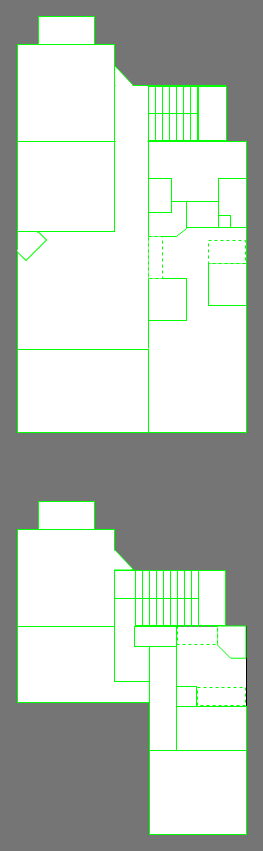
Above: KWD Home Assistant Floorplan.drawio in GaTechThomas/drawio (draw.io), before the change. Source tidied: cells renumbered, new cells numbered last; positions are measured from the earlier drawing's top-left corner, leaving out a move shared by most shapes. Both pictures are drawn from the tidied source at 100%, with x=0, y=0 at pixel (15, 16).
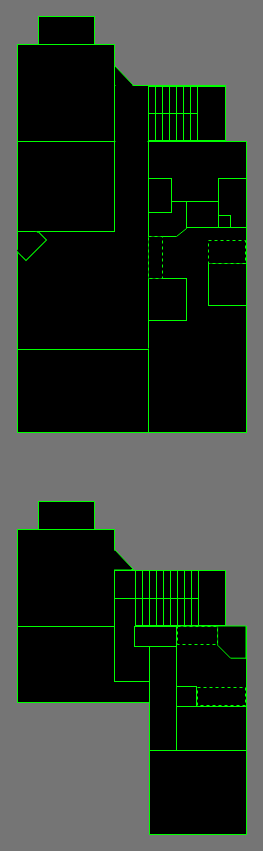
Above is the later version.

Commit message:
Update KWD Home Assistant Floorplan.drawio - set background black.

Change to the diagram source:
```diff
@@
-    <mxCell id="2" style="rounded=0;whiteSpace=wrap;html=1;fillColor=#ffffff;strokeColor=#00FF00;" parent="1" vertex="1">
+    <mxCell id="2" style="rounded=0;whiteSpace=wrap;html=1;strokeColor=#00FF00;fillColor=#000000;" parent="1" vertex="1">
       <mxGeometry x="2" y="583" width="132" height="103" as="geometry" />
     </mxCell>
-    <mxCell id="3" style="rounded=0;whiteSpace=wrap;html=1;fillColor=#ffffff;strokeColor=#00FF00;" parent="1" vertex="1">
+    <mxCell id="3" style="rounded=0;whiteSpace=wrap;html=1;strokeColor=#00FF00;fillColor=#000000;" parent="1" vertex="1">
       <mxGeometry x="99" y="582" width="35" height="83" as="geometry" />
     </mxCell>
-    <mxCell id="4" style="rounded=0;whiteSpace=wrap;html=1;fillColor=#ffffff;" parent="1" vertex="1">
+    <mxCell id="4" style="rounded=0;whiteSpace=wrap;html=1;fillColor=#000000;strokeColor=#00FF00;" parent="1" vertex="1">
       <mxGeometry x="161" y="610" width="70" height="80" as="geometry" />
     </mxCell>
-    <mxCell id="5" style="rounded=0;whiteSpace=wrap;html=1;strokeColor=#00FF00;" parent="1" vertex="1">
+    <mxCell id="5" style="rounded=0;whiteSpace=wrap;html=1;strokeColor=#00FF00;fillColor=#000000;" parent="1" vertex="1">
       <mxGeometry x="2" y="125" width="229" height="291" as="geometry" />
     </mxCell>
@@
-    <mxCell id="7" style="rounded=0;whiteSpace=wrap;html=1;strokeColor=#00FF00;" parent="1" vertex="1">
+    <mxCell id="7" style="rounded=0;whiteSpace=wrap;html=1;strokeColor=#00FF00;fillColor=#000000;" parent="1" vertex="1">
       <mxGeometry x="133" y="125" width="98" height="60" as="geometry" />
     </mxCell>
-    <mxCell id="8" style="rounded=0;whiteSpace=wrap;html=1;strokeColor=#00FF00;" parent="1" vertex="1">
+    <mxCell id="8" style="rounded=0;whiteSpace=wrap;html=1;strokeColor=#00FF00;fillColor=#000000;" parent="1" vertex="1">
       <mxGeometry x="133" y="162" width="23" height="34" as="geometry" />
     </mxCell>
@@
-    <mxCell id="10" style="rounded=0;whiteSpace=wrap;html=1;strokeColor=#00FF00;" parent="1" vertex="1">
+    <mxCell id="10" style="rounded=0;whiteSpace=wrap;html=1;strokeColor=#00FF00;fillColor=#000000;" parent="1" vertex="1">
       <mxGeometry x="193" y="247" width="38" height="42" as="geometry" />
     </mxCell>
-    <mxCell id="11" style="rounded=0;whiteSpace=wrap;html=1;strokeColor=#00FF00;" parent="1" vertex="1">
+    <mxCell id="11" style="rounded=0;whiteSpace=wrap;html=1;strokeColor=#00FF00;fillColor=#000000;" parent="1" vertex="1">
       <mxGeometry x="133" y="262" width="38" height="42" as="geometry" />
     </mxCell>
-    <mxCell id="12" style="rounded=0;whiteSpace=wrap;html=1;strokeColor=#00FF00;" parent="1" vertex="1">
+    <mxCell id="12" style="rounded=0;whiteSpace=wrap;html=1;strokeColor=#00FF00;fillColor=#000000;" parent="1" vertex="1">
       <mxGeometry x="203" y="162" width="28" height="49" as="geometry" />
     </mxCell>
-    <mxCell id="13" style="rounded=0;whiteSpace=wrap;html=1;strokeColor=#00FF00;" parent="1" vertex="1">
+    <mxCell id="13" style="rounded=0;whiteSpace=wrap;html=1;strokeColor=#00FF00;fillColor=#000000;" parent="1" vertex="1">
       <mxGeometry x="171" y="185" width="32" height="26" as="geometry" />
     </mxCell>
-    <mxCell id="14" style="rounded=0;whiteSpace=wrap;html=1;dashed=1;strokeColor=#00FF00;" parent="1" vertex="1">
+    <mxCell id="14" style="rounded=0;whiteSpace=wrap;html=1;dashed=1;strokeColor=#00FF00;fillColor=#000000;" parent="1" vertex="1">
       <mxGeometry x="133" y="220" width="14" height="42" as="geometry" />
     </mxCell>
-    <mxCell id="15" style="rounded=0;whiteSpace=wrap;html=1;dashed=1;strokeColor=#00FF00;" parent="1" vertex="1">
+    <mxCell id="15" style="rounded=0;whiteSpace=wrap;html=1;dashed=1;strokeColor=#00FF00;fillColor=#000000;" parent="1" vertex="1">
       <mxGeometry x="193" y="224" width="37" height="23" as="geometry" />
     </mxCell>
-    <mxCell id="16" style="rounded=0;whiteSpace=wrap;html=1;strokeColor=#00FF00;" parent="1" vertex="1">
+    <mxCell id="16" style="rounded=0;whiteSpace=wrap;html=1;strokeColor=#00FF00;fillColor=#000000;" parent="1" vertex="1">
       <mxGeometry x="2" y="125" width="97" height="90" as="geometry" />
     </mxCell>
-    <mxCell id="17" style="rounded=0;whiteSpace=wrap;html=1;rotation=-45;strokeColor=#00FF00;" parent="1" vertex="1">
+    <mxCell id="17" style="rounded=0;whiteSpace=wrap;html=1;rotation=-45;strokeColor=#00FF00;fillColor=#000000;" parent="1" vertex="1">
       <mxGeometry x="2" y="223.5" width="29" height="12" as="geometry" />
     </mxCell>
-    <mxCell id="18" style="rounded=0;whiteSpace=wrap;html=1;strokeColor=#00FF00;" parent="1" vertex="1">
+    <mxCell id="18" style="rounded=0;whiteSpace=wrap;html=1;strokeColor=#00FF00;fillColor=#000000;" parent="1" vertex="1">
       <mxGeometry x="2" y="333" width="131" height="83" as="geometry" />
     </mxCell>
-    <mxCell id="19" style="rounded=0;whiteSpace=wrap;html=1;strokeColor=#00FF00;" parent="1" vertex="1">
+    <mxCell id="19" style="rounded=0;whiteSpace=wrap;html=1;strokeColor=#00FF00;fillColor=#000000;" parent="1" vertex="1">
       <mxGeometry x="203" y="199" width="12" height="12" as="geometry" />
     </mxCell>
-    <mxCell id="20" style="rounded=0;whiteSpace=wrap;html=1;strokeColor=#00FF00;" parent="1" vertex="1">
+    <mxCell id="20" style="rounded=0;whiteSpace=wrap;html=1;strokeColor=#00FF00;fillColor=#000000;" parent="1" vertex="1">
       <mxGeometry x="2" y="28" width="97" height="97" as="geometry" />
     </mxCell>
-    <mxCell id="21" style="rounded=0;whiteSpace=wrap;html=1;strokeColor=#00FF00;" parent="1" vertex="1">
+    <mxCell id="21" style="rounded=0;whiteSpace=wrap;html=1;strokeColor=#00FF00;fillColor=#000000;" parent="1" vertex="1">
       <mxGeometry x="99" y="69" width="111" height="56" as="geometry" />
     </mxCell>
-    <mxCell id="22" style="rounded=0;whiteSpace=wrap;html=1;strokeColor=#00FF00;" parent="1" vertex="1">
+    <mxCell id="22" style="rounded=0;whiteSpace=wrap;html=1;strokeColor=#00FF00;fillColor=#000000;" parent="1" vertex="1">
       <mxGeometry x="23" width="56" height="28" as="geometry" />
     </mxCell>
-    <mxCell id="23" style="rounded=0;whiteSpace=wrap;html=1;strokeColor=#00FF00;" parent="1" vertex="1">
+    <mxCell id="23" style="rounded=0;whiteSpace=wrap;html=1;strokeColor=#00FF00;fillColor=#000000;" parent="1" vertex="1">
       <mxGeometry x="23" y="485" width="56" height="28" as="geometry" />
     </mxCell>
-    <mxCell id="24" style="rounded=0;whiteSpace=wrap;html=1;strokeColor=#00FF00;" parent="1" vertex="1">
+    <mxCell id="24" style="rounded=0;whiteSpace=wrap;html=1;strokeColor=#00FF00;fillColor=#000000;" parent="1" vertex="1">
       <mxGeometry x="2" y="513" width="97" height="97" as="geometry" />
     </mxCell>
-    <mxCell id="25" style="verticalLabelPosition=bottom;verticalAlign=top;html=1;shape=mxgraph.basic.orthogonal_triangle;strokeColor=#00FF00;" parent="1" vertex="1">
+    <mxCell id="25" style="verticalLabelPosition=bottom;verticalAlign=top;html=1;shape=mxgraph.basic.orthogonal_triangle;strokeColor=#00FF00;fillColor=#000000;" parent="1" vertex="1">
       <mxGeometry x="99" y="533" width="19" height="20" as="geometry" />
     </mxCell>
-    <mxCell id="26" style="verticalLabelPosition=bottom;verticalAlign=top;html=1;shape=mxgraph.basic.orthogonal_triangle;strokeColor=none;" parent="1" vertex="1">
+    <mxCell id="26" style="verticalLabelPosition=bottom;verticalAlign=top;html=1;shape=mxgraph.basic.orthogonal_triangle;strokeColor=none;fillColor=#000000;" parent="1" vertex="1">
       <mxGeometry x="98" y="533" width="18" height="20" as="geometry" />
     </mxCell>
-    <mxCell id="27" style="rounded=0;whiteSpace=wrap;html=1;strokeColor=#00FF00;" parent="1" vertex="1">
+    <mxCell id="27" style="rounded=0;whiteSpace=wrap;html=1;strokeColor=#00FF00;fillColor=#000000;" parent="1" vertex="1">
       <mxGeometry x="99" y="554" width="21" height="28" as="geometry" />
     </mxCell>
-    <mxCell id="28" style="rounded=0;whiteSpace=wrap;html=1;strokeColor=#00FF00;" parent="1" vertex="1">
+    <mxCell id="28" style="rounded=0;whiteSpace=wrap;html=1;strokeColor=#00FF00;fillColor=#000000;" parent="1" vertex="1">
       <mxGeometry x="120" y="581" width="7" height="28" as="geometry" />
     </mxCell>
-    <mxCell id="29" style="rounded=0;whiteSpace=wrap;html=1;strokeColor=#00FF00;" parent="1" vertex="1">
+    <mxCell id="29" style="rounded=0;whiteSpace=wrap;html=1;strokeColor=#00FF00;fillColor=#000000;" parent="1" vertex="1">
       <mxGeometry x="127" y="581" width="7" height="28" as="geometry" />
     </mxCell>
-    <mxCell id="30" style="rounded=0;whiteSpace=wrap;html=1;strokeColor=#00FF00;" parent="1" vertex="1">
+    <mxCell id="30" style="rounded=0;whiteSpace=wrap;html=1;strokeColor=#00FF00;fillColor=#000000;" parent="1" vertex="1">
       <mxGeometry x="134" y="581" width="7" height="28" as="geometry" />
     </mxCell>
-    <mxCell id="31" style="rounded=0;whiteSpace=wrap;html=1;strokeColor=#00FF00;" parent="1" vertex="1">
+    <mxCell id="31" style="rounded=0;whiteSpace=wrap;html=1;strokeColor=#00FF00;fillColor=#000000;" parent="1" vertex="1">
       <mxGeometry x="141" y="581" width="7" height="28" as="geometry" />
     </mxCell>
-    <mxCell id="32" style="rounded=0;whiteSpace=wrap;html=1;strokeColor=#00FF00;" parent="1" vertex="1">
+    <mxCell id="32" style="rounded=0;whiteSpace=wrap;html=1;strokeColor=#00FF00;fillColor=#000000;" parent="1" vertex="1">
       <mxGeometry x="148" y="581" width="7" height="28" as="geometry" />
     </mxCell>
-    <mxCell id="33" style="rounded=0;whiteSpace=wrap;html=1;strokeColor=#00FF00;" parent="1" vertex="1">
+    <mxCell id="33" style="rounded=0;whiteSpace=wrap;html=1;strokeColor=#00FF00;fillColor=#000000;" parent="1" vertex="1">
       <mxGeometry x="155" y="581" width="7" height="28" as="geometry" />
     </mxCell>
-    <mxCell id="34" style="rounded=0;whiteSpace=wrap;html=1;strokeColor=#00FF00;" parent="1" vertex="1">
+    <mxCell id="34" style="rounded=0;whiteSpace=wrap;html=1;strokeColor=#00FF00;fillColor=#000000;" parent="1" vertex="1">
       <mxGeometry x="162" y="581" width="7" height="28" as="geometry" />
     </mxCell>
-    <mxCell id="35" style="rounded=0;whiteSpace=wrap;html=1;strokeColor=#00FF00;" parent="1" vertex="1">
+    <mxCell id="35" style="rounded=0;whiteSpace=wrap;html=1;strokeColor=#00FF00;fillColor=#000000;" parent="1" vertex="1">
       <mxGeometry x="169" y="581" width="7" height="28" as="geometry" />
     </mxCell>
-    <mxCell id="36" style="rounded=0;whiteSpace=wrap;html=1;strokeColor=#00FF00;" parent="1" vertex="1">
+    <mxCell id="36" style="rounded=0;whiteSpace=wrap;html=1;strokeColor=#00FF00;fillColor=#000000;" parent="1" vertex="1">
       <mxGeometry x="176" y="581" width="7" height="28" as="geometry" />
     </mxCell>
-    <mxCell id="37" style="rounded=0;whiteSpace=wrap;html=1;strokeColor=#00FF00;" parent="1" vertex="1">
+    <mxCell id="37" style="rounded=0;whiteSpace=wrap;html=1;strokeColor=#00FF00;fillColor=#000000;" parent="1" vertex="1">
       <mxGeometry x="120" y="554" width="7" height="28" as="geometry" />
     </mxCell>
-    <mxCell id="38" style="rounded=0;whiteSpace=wrap;html=1;strokeColor=#00FF00;" parent="1" vertex="1">
+    <mxCell id="38" style="rounded=0;whiteSpace=wrap;html=1;strokeColor=#00FF00;fillColor=#000000;" parent="1" vertex="1">
       <mxGeometry x="127" y="554" width="7" height="28" as="geometry" />
     </mxCell>
-    <mxCell id="39" style="rounded=0;whiteSpace=wrap;html=1;strokeColor=#00FF00;" parent="1" vertex="1">
+    <mxCell id="39" style="rounded=0;whiteSpace=wrap;html=1;strokeColor=#00FF00;fillColor=#000000;" parent="1" vertex="1">
       <mxGeometry x="134" y="554" width="7" height="28" as="geometry" />
     </mxCell>
-    <mxCell id="40" style="rounded=0;whiteSpace=wrap;html=1;strokeColor=#00FF00;" parent="1" vertex="1">
+    <mxCell id="40" style="rounded=0;whiteSpace=wrap;html=1;strokeColor=#00FF00;fillColor=#000000;" parent="1" vertex="1">
       <mxGeometry x="141" y="554" width="7" height="28" as="geometry" />
     </mxCell>
-    <mxCell id="41" style="rounded=0;whiteSpace=wrap;html=1;strokeColor=#00FF00;" parent="1" vertex="1">
+    <mxCell id="41" style="rounded=0;whiteSpace=wrap;html=1;strokeColor=#00FF00;fillColor=#000000;" parent="1" vertex="1">
       <mxGeometry x="148" y="554" width="7" height="28" as="geometry" />
     </mxCell>
-    <mxCell id="42" style="rounded=0;whiteSpace=wrap;html=1;strokeColor=#00FF00;" parent="1" vertex="1">
+    <mxCell id="42" style="rounded=0;whiteSpace=wrap;html=1;strokeColor=#00FF00;fillColor=#000000;" parent="1" vertex="1">
       <mxGeometry x="155" y="554" width="7" height="28" as="geometry" />
     </mxCell>
-    <mxCell id="43" style="rounded=0;whiteSpace=wrap;html=1;strokeColor=#00FF00;" parent="1" vertex="1">
+    <mxCell id="43" style="rounded=0;whiteSpace=wrap;html=1;strokeColor=#00FF00;fillColor=#000000;" parent="1" vertex="1">
       <mxGeometry x="162" y="554" width="7" height="28" as="geometry" />
     </mxCell>
-    <mxCell id="44" style="rounded=0;whiteSpace=wrap;html=1;strokeColor=#00FF00;" parent="1" vertex="1">
+    <mxCell id="44" style="rounded=0;whiteSpace=wrap;html=1;strokeColor=#00FF00;fillColor=#000000;" parent="1" vertex="1">
       <mxGeometry x="169" y="554" width="7" height="28" as="geometry" />
     </mxCell>
-    <mxCell id="45" style="rounded=0;whiteSpace=wrap;html=1;strokeColor=#00FF00;" parent="1" vertex="1">
+    <mxCell id="45" style="rounded=0;whiteSpace=wrap;html=1;strokeColor=#00FF00;fillColor=#000000;" parent="1" vertex="1">
       <mxGeometry x="176" y="554" width="7" height="28" as="geometry" />
     </mxCell>
-    <mxCell id="46" style="rounded=0;whiteSpace=wrap;html=1;strokeColor=#00FF00;" parent="1" vertex="1">
+    <mxCell id="46" style="rounded=0;whiteSpace=wrap;html=1;strokeColor=#00FF00;fillColor=#000000;" parent="1" vertex="1">
       <mxGeometry x="183" y="554" width="27" height="55" as="geometry" />
     </mxCell>
-    <mxCell id="47" style="rounded=0;whiteSpace=wrap;html=1;strokeColor=#00FF00;" parent="1" vertex="1">
+    <mxCell id="47" style="rounded=0;whiteSpace=wrap;html=1;strokeColor=#00FF00;fillColor=#000000;" parent="1" vertex="1">
       <mxGeometry x="133" y="97" width="7" height="27" as="geometry" />
     </mxCell>
-    <mxCell id="48" style="rounded=0;whiteSpace=wrap;html=1;strokeColor=#00FF00;" parent="1" vertex="1">
+    <mxCell id="48" style="rounded=0;whiteSpace=wrap;html=1;strokeColor=#00FF00;fillColor=#000000;" parent="1" vertex="1">
       <mxGeometry x="140" y="97" width="7" height="27" as="geometry" />
     </mxCell>
-    <mxCell id="49" style="rounded=0;whiteSpace=wrap;html=1;strokeColor=#00FF00;" parent="1" vertex="1">
+    <mxCell id="49" style="rounded=0;whiteSpace=wrap;html=1;strokeColor=#00FF00;fillColor=#000000;" parent="1" vertex="1">
       <mxGeometry x="147" y="97" width="7" height="27" as="geometry" />
     </mxCell>
-    <mxCell id="50" style="rounded=0;whiteSpace=wrap;html=1;strokeColor=#00FF00;" parent="1" vertex="1">
+    <mxCell id="50" style="rounded=0;whiteSpace=wrap;html=1;strokeColor=#00FF00;fillColor=#000000;" parent="1" vertex="1">
       <mxGeometry x="154" y="97" width="7" height="27" as="geometry" />
     </mxCell>
-    <mxCell id="51" style="rounded=0;whiteSpace=wrap;html=1;strokeColor=#00FF00;" parent="1" vertex="1">
+    <mxCell id="51" style="rounded=0;whiteSpace=wrap;html=1;strokeColor=#00FF00;fillColor=#000000;" parent="1" vertex="1">
       <mxGeometry x="161" y="97" width="7" height="27" as="geometry" />
     </mxCell>
-    <mxCell id="52" style="rounded=0;whiteSpace=wrap;html=1;strokeColor=#00FF00;" parent="1" vertex="1">
+    <mxCell id="52" style="rounded=0;whiteSpace=wrap;html=1;strokeColor=#00FF00;fillColor=#000000;" parent="1" vertex="1">
       <mxGeometry x="168" y="97" width="7" height="27" as="geometry" />
     </mxCell>
-    <mxCell id="53" style="rounded=0;whiteSpace=wrap;html=1;strokeColor=#00FF00;" parent="1" vertex="1">
+    <mxCell id="53" style="rounded=0;whiteSpace=wrap;html=1;strokeColor=#00FF00;fillColor=#000000;" parent="1" vertex="1">
       <mxGeometry x="175" y="97" width="7" height="27" as="geometry" />
     </mxCell>
-    <mxCell id="54" style="rounded=0;whiteSpace=wrap;html=1;strokeColor=#00FF00;" parent="1" vertex="1">
+    <mxCell id="54" style="rounded=0;whiteSpace=wrap;html=1;strokeColor=#00FF00;fillColor=#000000;" parent="1" vertex="1">
       <mxGeometry x="182" y="97" width="7" height="27" as="geometry" />
     </mxCell>
-    <mxCell id="55" style="rounded=0;whiteSpace=wrap;html=1;strokeColor=#00FF00;" parent="1" vertex="1">
+    <mxCell id="55" style="rounded=0;whiteSpace=wrap;html=1;strokeColor=#00FF00;fillColor=#000000;" parent="1" vertex="1">
       <mxGeometry x="133" y="70" width="7" height="27" as="geometry" />
     </mxCell>
-    <mxCell id="56" style="rounded=0;whiteSpace=wrap;html=1;strokeColor=#00FF00;" parent="1" vertex="1">
+    <mxCell id="56" style="rounded=0;whiteSpace=wrap;html=1;strokeColor=#00FF00;fillColor=#000000;" parent="1" vertex="1">
       <mxGeometry x="140" y="70" width="7" height="27" as="geometry" />
     </mxCell>
-    <mxCell id="57" style="rounded=0;whiteSpace=wrap;html=1;strokeColor=#00FF00;" parent="1" vertex="1">
+    <mxCell id="57" style="rounded=0;whiteSpace=wrap;html=1;strokeColor=#00FF00;fillColor=#000000;" parent="1" vertex="1">
       <mxGeometry x="147" y="70" width="7" height="27" as="geometry" />
     </mxCell>
-    <mxCell id="58" style="rounded=0;whiteSpace=wrap;html=1;strokeColor=#00FF00;" parent="1" vertex="1">
+    <mxCell id="58" style="rounded=0;whiteSpace=wrap;html=1;strokeColor=#00FF00;fillColor=#000000;" parent="1" vertex="1">
       <mxGeometry x="154" y="70" width="7" height="27" as="geometry" />
     </mxCell>
-    <mxCell id="59" style="rounded=0;whiteSpace=wrap;html=1;strokeColor=#00FF00;" parent="1" vertex="1">
+    <mxCell id="59" style="rounded=0;whiteSpace=wrap;html=1;strokeColor=#00FF00;fillColor=#000000;" parent="1" vertex="1">
       <mxGeometry x="161" y="70" width="7" height="27" as="geometry" />
     </mxCell>
-    <mxCell id="60" style="rounded=0;whiteSpace=wrap;html=1;strokeColor=#00FF00;" parent="1" vertex="1">
+    <mxCell id="60" style="rounded=0;whiteSpace=wrap;html=1;strokeColor=#00FF00;fillColor=#000000;" parent="1" vertex="1">
       <mxGeometry x="168" y="70" width="7" height="27" as="geometry" />
     </mxCell>
-    <mxCell id="61" style="rounded=0;whiteSpace=wrap;html=1;strokeColor=#00FF00;" parent="1" vertex="1">
+    <mxCell id="61" style="rounded=0;whiteSpace=wrap;html=1;strokeColor=#00FF00;fillColor=#000000;" parent="1" vertex="1">
       <mxGeometry x="175" y="70" width="7" height="27" as="geometry" />
     </mxCell>
-    <mxCell id="62" style="rounded=0;whiteSpace=wrap;html=1;strokeColor=#00FF00;" parent="1" vertex="1">
+    <mxCell id="62" style="rounded=0;whiteSpace=wrap;html=1;strokeColor=#00FF00;fillColor=#000000;" parent="1" vertex="1">
       <mxGeometry x="182" y="70" width="7" height="27" as="geometry" />
     </mxCell>
-    <mxCell id="63" style="rounded=0;whiteSpace=wrap;html=1;strokeColor=#00FF00;" parent="1" vertex="1">
-      <mxGeometry x="183" y="70" width="28" height="54" as="geometry" />
+    <mxCell id="63" style="rounded=0;whiteSpace=wrap;html=1;strokeColor=#00FF00;fillColor=#000000;" parent="1" vertex="1">
+      <mxGeometry x="182" y="70" width="28" height="54" as="geometry" />
     </mxCell>
-    <mxCell id="64" style="rounded=0;whiteSpace=wrap;html=1;strokeColor=none;" parent="1" vertex="1">
+    <mxCell id="64" style="rounded=0;whiteSpace=wrap;html=1;strokeColor=none;fillColor=#000000;" parent="1" vertex="1">
       <mxGeometry x="100" y="91" width="32" height="60" as="geometry" />
     </mxCell>
-    <mxCell id="65" style="rounded=0;whiteSpace=wrap;html=1;rotation=-45;fontColor=#333333;strokeColor=none;" parent="1" vertex="1">
+    <mxCell id="65" style="rounded=0;whiteSpace=wrap;html=1;rotation=-45;fontColor=#333333;strokeColor=none;fillColor=#000000;" parent="1" vertex="1">
       <mxGeometry y="223.5" width="27" height="7" as="geometry" />
     </mxCell>
-    <mxCell id="66" style="verticalLabelPosition=bottom;verticalAlign=top;html=1;shape=mxgraph.basic.orthogonal_triangle;strokeColor=#00FF00;" parent="1" vertex="1">
+    <mxCell id="66" style="verticalLabelPosition=bottom;verticalAlign=top;html=1;shape=mxgraph.basic.orthogonal_triangle;strokeColor=#00FF00;fillColor=#000000;" parent="1" vertex="1">
       <mxGeometry x="99" y="49" width="19" height="20" as="geometry" />
     </mxCell>
-    <mxCell id="67" style="verticalLabelPosition=bottom;verticalAlign=top;html=1;shape=mxgraph.basic.orthogonal_triangle;strokeColor=none;" parent="1" vertex="1">
+    <mxCell id="67" style="verticalLabelPosition=bottom;verticalAlign=top;html=1;shape=mxgraph.basic.orthogonal_triangle;strokeColor=none;fillColor=#000000;" parent="1" vertex="1">
       <mxGeometry x="100" y="52" width="20" height="20" as="geometry" />
     </mxCell>
-    <mxCell id="68" style="rounded=0;whiteSpace=wrap;html=1;fillColor=#ffffff;strokeColor=#00FF00;" parent="1" vertex="1">
+    <mxCell id="68" style="rounded=0;whiteSpace=wrap;html=1;strokeColor=#00FF00;fillColor=#000000;" parent="1" vertex="1">
       <mxGeometry x="134" y="734" width="97" height="84" as="geometry" />
     </mxCell>
-    <mxCell id="69" style="rounded=0;whiteSpace=wrap;html=1;fillColor=#ffffff;strokeColor=#00FF00;" parent="1" vertex="1">
+    <mxCell id="69" style="rounded=0;whiteSpace=wrap;html=1;strokeColor=#00FF00;fillColor=#000000;" parent="1" vertex="1">
       <mxGeometry x="134" y="630" width="27" height="104" as="geometry" />
     </mxCell>
-    <mxCell id="70" style="rounded=0;whiteSpace=wrap;html=1;fillColor=#ffffff;strokeColor=#00FF00;" parent="1" vertex="1">
+    <mxCell id="70" style="rounded=0;whiteSpace=wrap;html=1;strokeColor=#00FF00;fillColor=#000000;" parent="1" vertex="1">
       <mxGeometry x="161" y="690" width="70" height="44" as="geometry" />
     </mxCell>
-    <mxCell id="71" style="shape=card;whiteSpace=wrap;html=1;fillColor=#ffffff;rotation=-90;size=13;strokeColor=#00FF00;" parent="1" vertex="1">
+    <mxCell id="71" style="shape=card;whiteSpace=wrap;html=1;rotation=-90;size=13;strokeColor=#00FF00;fillColor=#000000;" parent="1" vertex="1">
       <mxGeometry x="200.2" y="611.4" width="32.2" height="28.4" as="geometry" />
     </mxCell>
-    <mxCell id="72" style="rounded=0;whiteSpace=wrap;html=1;fillColor=#ffffff;strokeColor=#00FF00;" parent="1" vertex="1">
+    <mxCell id="72" style="rounded=0;whiteSpace=wrap;html=1;strokeColor=#00FF00;fillColor=#000000;" parent="1" vertex="1">
       <mxGeometry x="119" y="610" width="42" height="20" as="geometry" />
     </mxCell>
-    <mxCell id="73" style="rounded=0;whiteSpace=wrap;html=1;fillColor=#ffffff;dashed=1;strokeColor=#00FF00;" parent="1" vertex="1">
+    <mxCell id="73" style="rounded=0;whiteSpace=wrap;html=1;dashed=1;strokeColor=#00FF00;fillColor=#000000;" parent="1" vertex="1">
       <mxGeometry x="162" y="610" width="40" height="18" as="geometry" />
     </mxCell>
-    <mxCell id="74" style="rounded=0;whiteSpace=wrap;html=1;fillColor=#ffffff;dashed=1;strokeColor=#00FF00;" parent="1" vertex="1">
+    <mxCell id="74" style="rounded=0;whiteSpace=wrap;html=1;dashed=1;strokeColor=#00FF00;fillColor=#000000;" parent="1" vertex="1">
       <mxGeometry x="182" y="671" width="48" height="18" as="geometry" />
     </mxCell>
-    <mxCell id="75" style="rounded=0;whiteSpace=wrap;html=1;fillColor=#ffffff;strokeColor=#00FF00;" parent="1" vertex="1">
+    <mxCell id="75" style="rounded=0;whiteSpace=wrap;html=1;strokeColor=#00FF00;fillColor=#000000;" parent="1" vertex="1">
       <mxGeometry x="161" y="670" width="20" height="20" as="geometry" />
     </mxCell>
```
